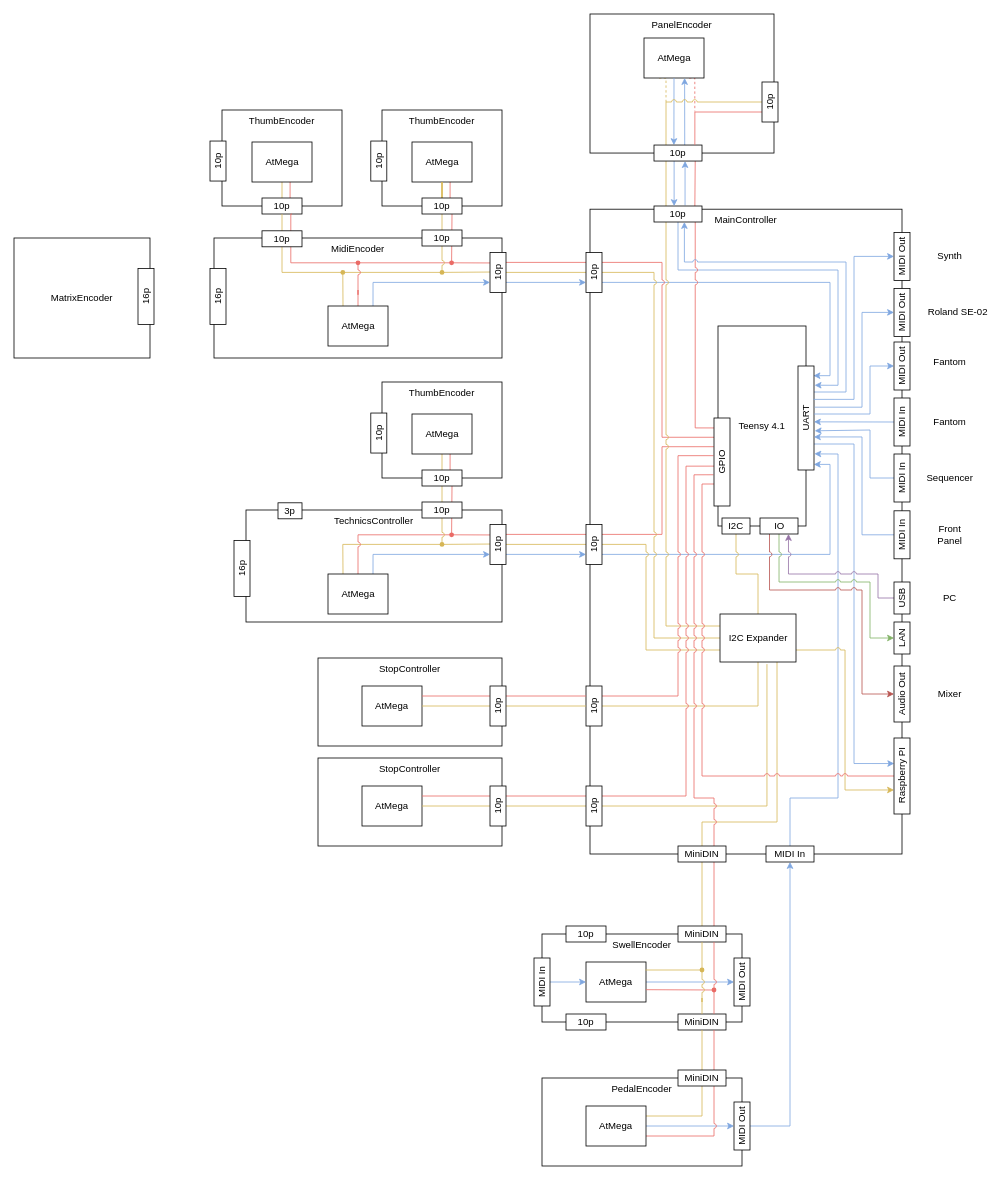
stefanhepp/eOrgan keeps this draw.io diagram as page "Connectors" (2 of 2) of boards/Boards.drawio. Above is the earlier version. Source tidied: cells renumbered, new cells numbered last; positions are measured from the earlier drawing's top-left corner, leaving out a move shared by most shapes. Both pictures are drawn from the tidied source at 80%, with x=0, y=0 at pixel (14, 14).
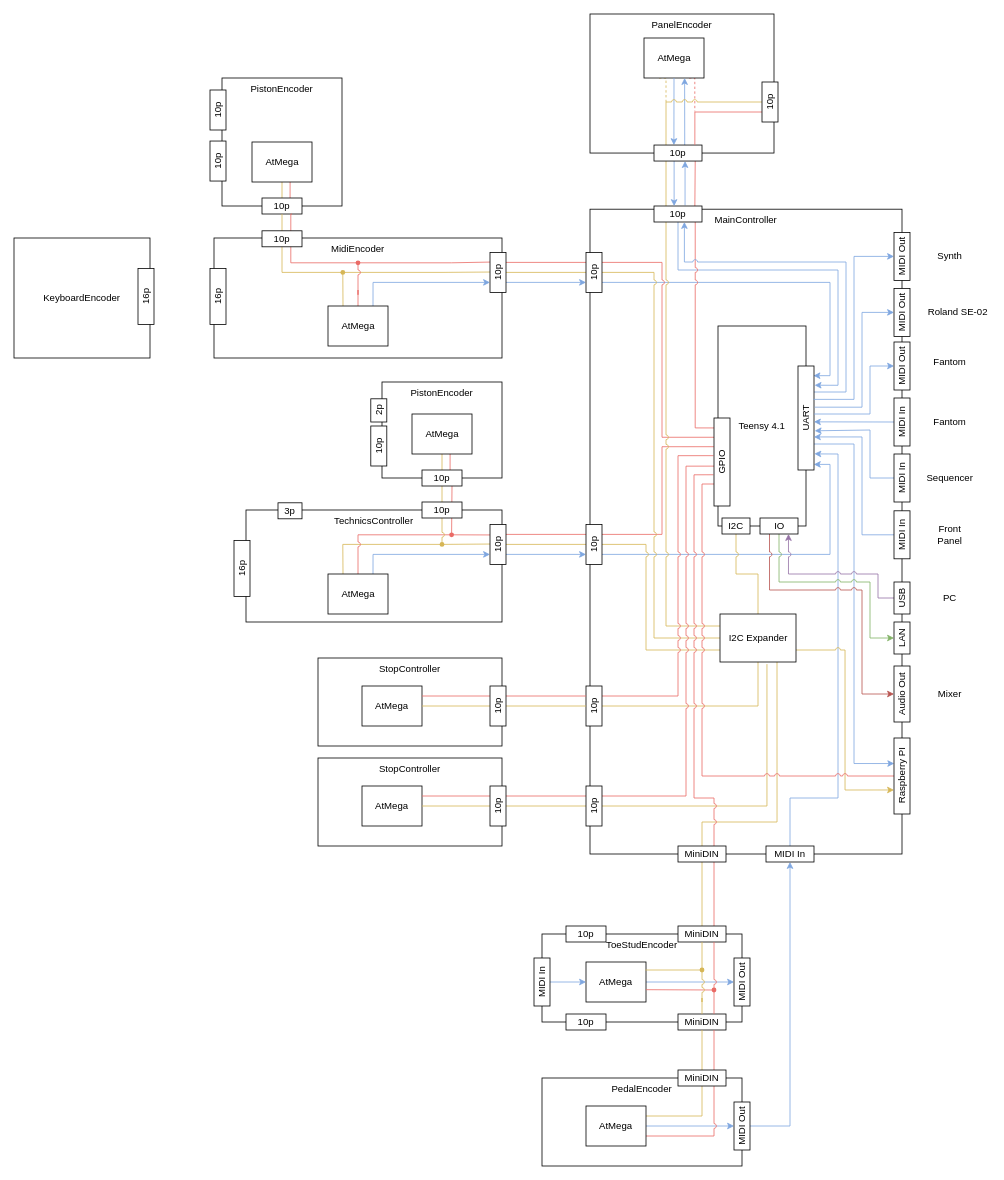
Above is the later version.

Unchanged cells that the change refers to:
```xml
<mxCell id="23" style="shape=waypoint;sketch=0;fillStyle=solid;size=6;points=[];fillColor=#fff2cc;perimeter=centerPerimeter;snapToPoint=1;strokeColor=#d6b656;" parent="1" vertex="1">
  <mxGeometry x="391" y="303" width="40" height="40" as="geometry" />
</mxCell>
<mxCell id="25" style="shape=waypoint;sketch=0;fillStyle=solid;size=6;points=[];fillColor=none;perimeter=centerPerimeter;snapToPoint=1;strokeColor=#EA6B66;" parent="1" vertex="1">
  <mxGeometry x="410" y="291" width="40" height="40" as="geometry" />
</mxCell>
```

What changed in the source:
```diff
@@
-    <mxCell id="3" value="ThumbEncoder&lt;br&gt;" style="rounded=0;whiteSpace=wrap;html=1;verticalAlign=top;" parent="1" vertex="1">
-      <mxGeometry x="260" y="120" width="150" height="120" as="geometry" />
+    <mxCell id="3" value="PistonEncoder" style="rounded=0;whiteSpace=wrap;html=1;verticalAlign=top;" parent="1" vertex="1">
+      <mxGeometry x="260" y="80" width="150" height="160" as="geometry" />
     </mxCell>
@@
-    <mxCell id="6" style="edgeStyle=orthogonalEdgeStyle;rounded=0;jumpStyle=arc;jettySize=auto;html=1;exitDx=0;exitDy=0;entryX=0.451;entryY=0.473;entryDx=0;entryDy=0;entryPerimeter=0;endArrow=none;endFill=0;startArrow=none;strokeColor=#EA6B66;" parent="1" edge="1" source="25" target="20">
-      <mxGeometry relative="1" as="geometry" />
+    <mxCell id="6" style="edgeStyle=orthogonalEdgeStyle;rounded=0;jumpStyle=arc;jettySize=auto;html=1;exitDx=0;exitDy=0;entryX=0.451;entryY=0.473;entryDx=0;entryDy=0;entryPerimeter=0;endArrow=none;endFill=0;startArrow=none;strokeColor=#EA6B66;" parent="1" edge="1" source="25">
+      <mxGeometry relative="1" as="geometry">
+        <mxPoint x="547" y="311" as="targetPoint" />
+      </mxGeometry>
     </mxCell>
-    <mxCell id="7" style="edgeStyle=orthogonalEdgeStyle;rounded=0;jumpStyle=arc;jettySize=auto;html=1;exitDx=0;exitDy=0;endArrow=none;endFill=0;startArrow=none;strokeColor=#d6b656;fillColor=#fff2cc;" parent="1" edge="1" source="23" target="22">
-      <mxGeometry relative="1" as="geometry" />
+    <mxCell id="7" style="edgeStyle=orthogonalEdgeStyle;rounded=0;jumpStyle=arc;jettySize=auto;html=1;exitDx=0;exitDy=0;endArrow=none;endFill=0;startArrow=none;strokeColor=#d6b656;fillColor=#fff2cc;" parent="1" edge="1" source="23">
+      <mxGeometry relative="1" as="geometry">
+        <mxPoint x="535" y="323" as="targetPoint" />
+      </mxGeometry>
     </mxCell>
@@
-    <mxCell id="10" style="edgeStyle=orthogonalEdgeStyle;rounded=0;jumpStyle=arc;jettySize=auto;html=1;exitX=0;exitY=0.5;exitDx=0;exitDy=0;endArrow=none;endFill=0;strokeColor=#d6b656;fillColor=#fff2cc;" parent="1" edge="1" target="22">
+    <mxCell id="10" style="edgeStyle=orthogonalEdgeStyle;rounded=0;jumpStyle=arc;orthogonalLoop=1;jettySize=auto;html=1;exitX=0;exitY=0.5;exitDx=0;exitDy=0;endArrow=none;endFill=0;strokeColor=#d6b656;fillColor=#fff2cc;" parent="1" edge="1">
       <mxGeometry relative="1" as="geometry">
         <mxPoint x="600" y="322.5" as="sourcePoint" />
+        <mxPoint x="535" y="323" as="targetPoint" />
+        <Array as="points">
+          <mxPoint x="568" y="323" />
+          <mxPoint x="535" y="323" />
+        </Array>
       </mxGeometry>
     </mxCell>
@@
-    <mxCell id="15" value="ThumbEncoder&lt;br&gt;" style="rounded=0;whiteSpace=wrap;html=1;verticalAlign=top;" parent="1" vertex="1">
-      <mxGeometry x="460" y="120" width="150" height="120" as="geometry" />
-    </mxCell>
-    <mxCell id="16" style="edgeStyle=orthogonalEdgeStyle;rounded=0;jumpStyle=arc;jettySize=auto;html=1;exitX=1;exitY=0.5;exitDx=0;exitDy=0;entryX=0.5;entryY=1;entryDx=0;entryDy=0;endArrow=none;endFill=0;strokeColor=#FFD966;" parent="1" edge="1" target="19">
-      <mxGeometry relative="1" as="geometry">
-        <mxPoint x="535" y="232.5" as="sourcePoint" />
-      </mxGeometry>
-    </mxCell>
-    <mxCell id="17" style="edgeStyle=orthogonalEdgeStyle;rounded=0;jumpStyle=arc;jettySize=auto;html=1;exitX=1;exitY=0.75;exitDx=0;exitDy=0;entryX=0.635;entryY=1;entryDx=0;entryDy=0;entryPerimeter=0;endArrow=none;endFill=0;strokeColor=#EA6B66;" parent="1" edge="1" target="19">
-      <mxGeometry relative="1" as="geometry">
-        <mxPoint x="546.2" y="232.5" as="sourcePoint" />
-      </mxGeometry>
-    </mxCell>
-    <mxCell id="18" style="edgeStyle=orthogonalEdgeStyle;rounded=0;jumpStyle=arc;jettySize=auto;html=1;exitDx=0;exitDy=0;entryX=0;entryY=0.25;entryDx=0;entryDy=0;endArrow=none;endFill=0;startArrow=none;strokeColor=#EA6B66;" parent="1" edge="1" source="20">
+    <mxCell id="18" style="edgeStyle=orthogonalEdgeStyle;rounded=0;jumpStyle=arc;orthogonalLoop=1;jettySize=auto;html=1;exitDx=0;exitDy=0;entryX=0;entryY=0.25;entryDx=0;entryDy=0;endArrow=none;endFill=0;startArrow=none;strokeColor=#EA6B66;" parent="1" edge="1">
       <mxGeometry relative="1" as="geometry">
+        <mxPoint x="547" y="311" as="sourcePoint" />
         <mxPoint x="600" y="311.2" as="targetPoint" />
+        <Array as="points">
+          <mxPoint x="574" y="311" />
+          <mxPoint x="600" y="310" />
+        </Array>
       </mxGeometry>
     </mxCell>
-    <mxCell id="19" value="AtMega" style="rounded=0;whiteSpace=wrap;html=1;" parent="1" vertex="1">
-      <mxGeometry x="497.5" y="160" width="75" height="50" as="geometry" />
-    </mxCell>
-    <mxCell id="20" style="shape=waypoint;sketch=0;fillStyle=solid;size=6;points=[];fillColor=none;perimeter=centerPerimeter;snapToPoint=1;strokeColor=#EA6B66;" parent="1" vertex="1">
-      <mxGeometry x="527" y="291" width="40" height="40" as="geometry" />
-    </mxCell>
-    <mxCell id="21" style="edgeStyle=orthogonalEdgeStyle;rounded=0;jumpStyle=arc;jettySize=auto;html=1;exitX=0.75;exitY=1;exitDx=0;exitDy=0;entryDx=0;entryDy=0;endArrow=none;endFill=0;entryX=0.599;entryY=0.536;entryPerimeter=0;strokeColor=#EA6B66;" parent="1" edge="1" source="29" target="20">
-      <mxGeometry relative="1" as="geometry" />
-    </mxCell>
-    <mxCell id="22" style="shape=waypoint;sketch=0;fillStyle=solid;size=6;points=[];fillColor=#fff2cc;perimeter=centerPerimeter;snapToPoint=1;strokeColor=#d6b656;" parent="1" vertex="1">
-      <mxGeometry x="515" y="303" width="40" height="40" as="geometry" />
-    </mxCell>
@@
-    <mxCell id="27" style="edgeStyle=orthogonalEdgeStyle;rounded=0;jumpStyle=arc;jettySize=auto;html=1;exitX=0.5;exitY=1;exitDx=0;exitDy=0;endArrow=none;endFill=0;strokeColor=#d6b656;fillColor=#fff2cc;" parent="1" edge="1" source="29" target="22">
-      <mxGeometry relative="1" as="geometry" />
-    </mxCell>
-    <mxCell id="28" style="edgeStyle=orthogonalEdgeStyle;rounded=0;jumpStyle=arc;jettySize=auto;html=1;strokeColor=#d6b656;startArrow=none;startFill=0;endArrow=none;endFill=0;fillColor=#fff2cc;" parent="1" edge="1" source="29" target="19">
-      <mxGeometry relative="1" as="geometry" />
-    </mxCell>
-    <mxCell id="29" value="10p" style="rounded=0;whiteSpace=wrap;html=1;" parent="1" vertex="1">
-      <mxGeometry x="510" y="230" width="50" height="20" as="geometry" />
-    </mxCell>
@@
     <mxCell id="36" value="10p" style="rounded=0;whiteSpace=wrap;html=1;rotation=-90;" parent="1" vertex="1">
-      <mxGeometry x="431" y="173.8" width="50" height="20" as="geometry" />
+      <mxGeometry x="230" y="110" width="50" height="20" as="geometry" />
     </mxCell>
@@
-    <mxCell id="38" value="10p" style="rounded=0;whiteSpace=wrap;html=1;" parent="1" vertex="1">
-      <mxGeometry x="510" y="270" width="50" height="20" as="geometry" />
-    </mxCell>
-    <mxCell id="39" value="MatrixEncoder" style="rounded=0;whiteSpace=wrap;html=1;" parent="1" vertex="1">
+    <mxCell id="39" value="KeyboardEncoder" style="rounded=0;whiteSpace=wrap;html=1;" parent="1" vertex="1">
       <mxGeometry y="280" width="170" height="150" as="geometry" />
     </mxCell>
@@
-    <mxCell id="50" value="ThumbEncoder&lt;br&gt;" style="rounded=0;whiteSpace=wrap;html=1;verticalAlign=top;" parent="1" vertex="1">
+    <mxCell id="50" value="PistonEncoder" style="rounded=0;whiteSpace=wrap;html=1;verticalAlign=top;" parent="1" vertex="1">
       <mxGeometry x="460" y="460" width="150" height="120" as="geometry" />
     </mxCell>
@@
     <mxCell id="65" value="10p" style="rounded=0;whiteSpace=wrap;html=1;rotation=-90;" parent="1" vertex="1">
-      <mxGeometry x="431" y="513.8" width="50" height="20" as="geometry" />
+      <mxGeometry x="431" y="530" width="50" height="20" as="geometry" />
     </mxCell>
@@
-    <mxCell id="115" value="SwellEncoder" style="rounded=0;whiteSpace=wrap;html=1;verticalAlign=top;" parent="1" vertex="1">
+    <mxCell id="115" value="ToeStudEncoder" style="rounded=0;whiteSpace=wrap;html=1;verticalAlign=top;" parent="1" vertex="1">
       <mxGeometry x="660" y="1150" width="250" height="110" as="geometry" />
     </mxCell>
@@
+    <mxCell id="187" value="2p" style="rounded=0;whiteSpace=wrap;html=1;rotation=-90;" parent="1" vertex="1">
+      <mxGeometry x="441.5" y="485.5" width="29" height="20" as="geometry" />
+    </mxCell>
```
